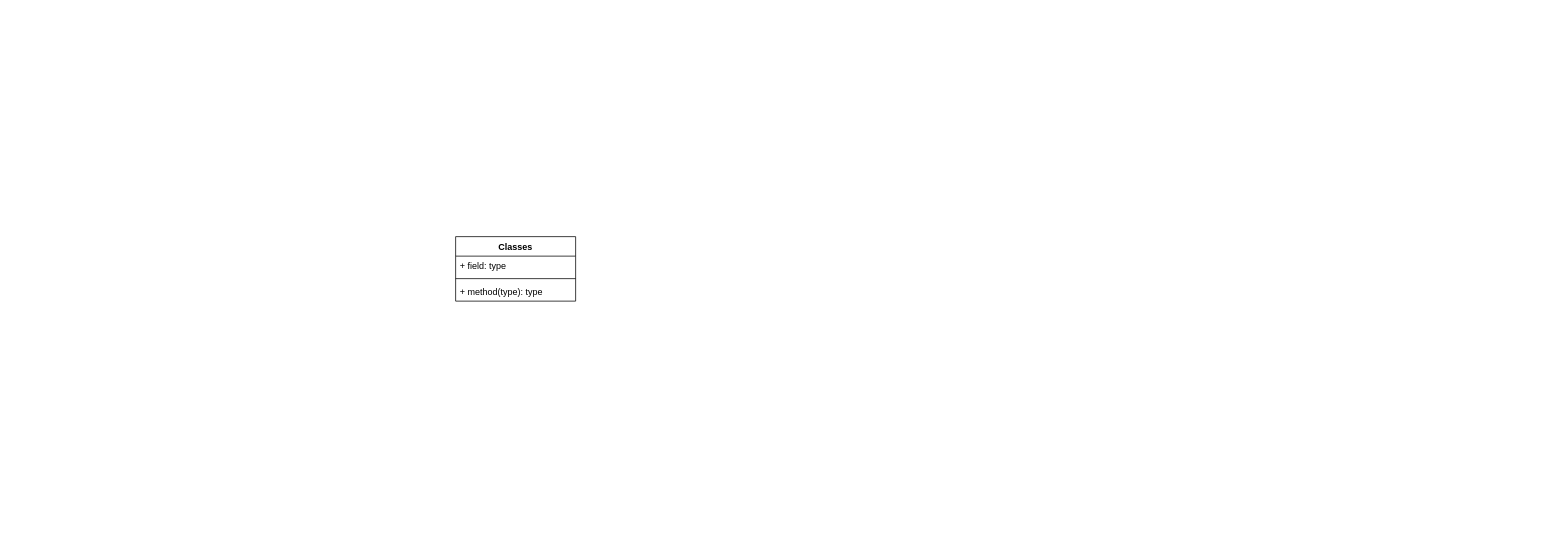
Before: diagrama_classes.drawio in moreirafelipe/dh-poo-checkpoint1, a draw.io diagram. Source tidied: cells renumbered, new cells numbered last; positions are measured from the earlier drawing's top-left corner, leaving out a move shared by most shapes. Both pictures are drawn from the tidied source at 75%, with x=0, y=0 at pixel (455, 236).
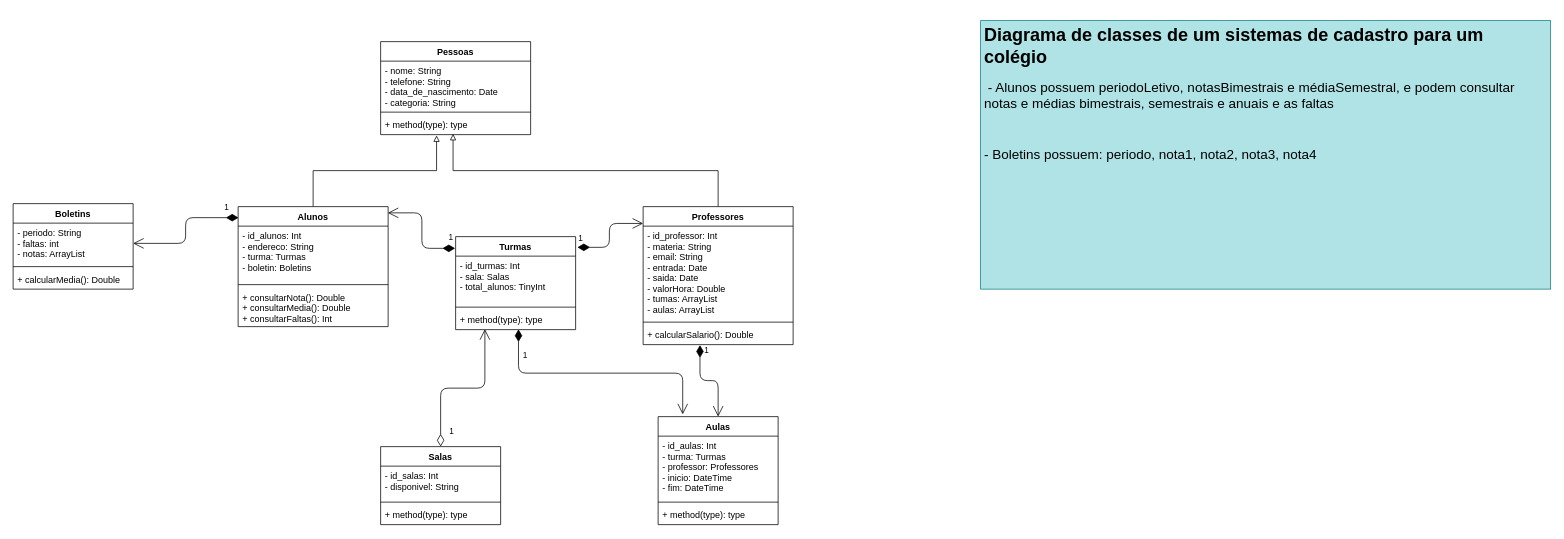
The same page after the edit.

Change to the diagram source:
```diff
@@
-    <mxCell id="2" value="Classes" style="swimlane;fontStyle=1;align=center;verticalAlign=top;horizontal=1;startSize=26;" parent="1" vertex="1">
-      <mxGeometry width="160" height="86" as="geometry" />
+    <mxCell id="2" value="Turmas" style="swimlane;fontStyle=1;align=center;verticalAlign=top;horizontal=1;startSize=26;" parent="1" vertex="1">
+      <mxGeometry width="160" height="124" as="geometry" />
     </mxCell>
-    <mxCell id="3" value="+ field: type" style="text;strokeColor=none;fillColor=none;align=left;verticalAlign=top;spacingLeft=4;spacingRight=4;overflow=hidden;" parent="2" vertex="1">
-      <mxGeometry y="26" width="160" height="26" as="geometry" />
+    <mxCell id="3" value="- id_turmas: Int&#10;- sala: Salas&#10;- total_alunos: TinyInt" style="text;strokeColor=none;fillColor=none;align=left;verticalAlign=top;spacingLeft=4;spacingRight=4;overflow=hidden;" parent="2" vertex="1">
+      <mxGeometry y="26" width="160" height="64" as="geometry" />
     </mxCell>
     <mxCell id="4" style="line;strokeWidth=1;fillColor=none;align=left;verticalAlign=middle;spacingTop=-1;spacingLeft=3;spacingRight=3;labelPosition=right;" parent="2" vertex="1">
-      <mxGeometry y="52" width="160" height="8" as="geometry" />
+      <mxGeometry y="90" width="160" height="8" as="geometry" />
     </mxCell>
     <mxCell id="5" value="+ method(type): type" style="text;strokeColor=none;fillColor=none;align=left;verticalAlign=top;spacingLeft=4;spacingRight=4;overflow=hidden;points=[[0,0.5],[1,0.5]];portConstraint=eastwest;" parent="2" vertex="1">
-      <mxGeometry y="60" width="160" height="26" as="geometry" />
+      <mxGeometry y="98" width="160" height="26" as="geometry" />
     </mxCell>
+    <mxCell id="6" value="Salas" style="swimlane;fontStyle=1;align=center;verticalAlign=top;horizontal=1;startSize=26;" parent="1" vertex="1">
+      <mxGeometry x="-100" y="280" width="160" height="104" as="geometry" />
+    </mxCell>
+    <mxCell id="7" value="- id_salas: Int&#10;- disponivel: String&#10;" style="text;strokeColor=none;fillColor=none;align=left;verticalAlign=top;spacingLeft=4;spacingRight=4;overflow=hidden;" parent="6" vertex="1">
+      <mxGeometry y="26" width="160" height="44" as="geometry" />
+    </mxCell>
+    <mxCell id="8" style="line;strokeWidth=1;fillColor=none;align=left;verticalAlign=middle;spacingTop=-1;spacingLeft=3;spacingRight=3;labelPosition=right;" parent="6" vertex="1">
+      <mxGeometry y="70" width="160" height="8" as="geometry" />
+    </mxCell>
+    <mxCell id="9" value="+ method(type): type" style="text;strokeColor=none;fillColor=none;align=left;verticalAlign=top;spacingLeft=4;spacingRight=4;overflow=hidden;" parent="6" vertex="1">
+      <mxGeometry y="78" width="160" height="26" as="geometry" />
+    </mxCell>
+    <mxCell id="10" value="Aulas" style="swimlane;fontStyle=1;align=center;verticalAlign=top;horizontal=1;startSize=26;" parent="1" vertex="1">
+      <mxGeometry x="270" y="240" width="160" height="144" as="geometry" />
+    </mxCell>
+    <mxCell id="11" value="- id_aulas: Int&#10;- turma: Turmas&#10;- professor: Professores&#10;- inicio: DateTime&#10;- fim: DateTime&#10;" style="text;strokeColor=none;fillColor=none;align=left;verticalAlign=top;spacingLeft=4;spacingRight=4;overflow=hidden;" parent="10" vertex="1">
+      <mxGeometry y="26" width="160" height="84" as="geometry" />
+    </mxCell>
+    <mxCell id="12" style="line;strokeWidth=1;fillColor=none;align=left;verticalAlign=middle;spacingTop=-1;spacingLeft=3;spacingRight=3;labelPosition=right;" parent="10" vertex="1">
+      <mxGeometry y="110" width="160" height="8" as="geometry" />
+    </mxCell>
+    <mxCell id="13" value="+ method(type): type" style="text;strokeColor=none;fillColor=none;align=left;verticalAlign=top;spacingLeft=4;spacingRight=4;overflow=hidden;" parent="10" vertex="1">
+      <mxGeometry y="118" width="160" height="26" as="geometry" />
+    </mxCell>
+    <mxCell id="14" style="edgeStyle=orthogonalEdgeStyle;rounded=0;jettySize=auto;html=1;entryX=0.483;entryY=0.962;entryDx=0;entryDy=0;entryPerimeter=0;endArrow=block;endFill=0;" parent="1" edge="1" source="15" target="28">
+      <mxGeometry relative="1" as="geometry" />
+    </mxCell>
+    <mxCell id="15" value="Professores" style="swimlane;fontStyle=1;align=center;verticalAlign=top;horizontal=1;startSize=26;" parent="1" vertex="1">
+      <mxGeometry x="250" y="-40" width="200" height="184" as="geometry" />
+    </mxCell>
+    <mxCell id="16" value="- id_professor: Int&#10;- materia: String&#10;- email: String&#10;- entrada: Date&#10;- saida: Date&#10;- valorHora: Double&#10;- tumas: ArrayList&#10;- aulas: ArrayList" style="text;strokeColor=none;fillColor=none;align=left;verticalAlign=top;spacingLeft=4;spacingRight=4;overflow=hidden;" parent="15" vertex="1">
+      <mxGeometry y="26" width="200" height="124" as="geometry" />
+    </mxCell>
+    <mxCell id="17" style="line;strokeWidth=1;fillColor=none;align=left;verticalAlign=middle;spacingTop=-1;spacingLeft=3;spacingRight=3;labelPosition=right;" parent="15" vertex="1">
+      <mxGeometry y="150" width="200" height="8" as="geometry" />
+    </mxCell>
+    <mxCell id="18" value="+ calcularSalario(): Double" style="text;strokeColor=none;fillColor=none;align=left;verticalAlign=top;spacingLeft=4;spacingRight=4;overflow=hidden;points=[[0,0.5],[1,0.5]];portConstraint=eastwest;" parent="15" vertex="1">
+      <mxGeometry y="158" width="200" height="26" as="geometry" />
+    </mxCell>
+    <mxCell id="19" style="edgeStyle=orthogonalEdgeStyle;rounded=0;jettySize=auto;html=1;entryX=0.373;entryY=1.038;entryDx=0;entryDy=0;entryPerimeter=0;endArrow=block;endFill=0;" parent="1" edge="1" source="20" target="28">
+      <mxGeometry relative="1" as="geometry" />
+    </mxCell>
+    <mxCell id="20" value="Alunos" style="swimlane;fontStyle=1;align=center;verticalAlign=top;horizontal=1;startSize=26;" parent="1" vertex="1">
+      <mxGeometry x="-290" y="-40" width="200" height="160" as="geometry" />
+    </mxCell>
+    <mxCell id="21" value="- id_alunos: Int&#10;- endereco: String&#10;- turma: Turmas&#10;- boletin: Boletins&#10;" style="text;strokeColor=none;fillColor=none;align=left;verticalAlign=top;spacingLeft=4;spacingRight=4;overflow=hidden;" parent="20" vertex="1">
+      <mxGeometry y="26" width="200" height="74" as="geometry" />
+    </mxCell>
+    <mxCell id="22" style="line;strokeWidth=1;fillColor=none;align=left;verticalAlign=middle;spacingTop=-1;spacingLeft=3;spacingRight=3;labelPosition=right;" parent="20" vertex="1">
+      <mxGeometry y="100" width="200" height="8" as="geometry" />
+    </mxCell>
+    <mxCell id="23" value="+ consultarNota(): Double&#10;+ consultarMedia(): Double&#10;+ consultarFaltas(): Int" style="text;strokeColor=none;fillColor=none;align=left;verticalAlign=top;spacingLeft=4;spacingRight=4;overflow=hidden;" parent="20" vertex="1">
+      <mxGeometry y="108" width="200" height="52" as="geometry" />
+    </mxCell>
+    <mxCell id="24" value="&lt;h1 align=&quot;left&quot;&gt;Diagrama de classes de um sistemas de cadastro para um colégio&lt;br&gt;&lt;/h1&gt;&lt;p align=&quot;left&quot;&gt;&lt;span style=&quot;font-size: 18px&quot;&gt;&amp;nbsp;- Alunos possuem periodoLetivo, notasBimestrais e médiaSemestral, e podem consultar notas e médias bimestrais, semestrais e anuais e as faltas&lt;/span&gt;&lt;/p&gt;&lt;p align=&quot;left&quot;&gt;&lt;span style=&quot;font-size: 18px&quot;&gt;&lt;br&gt;&lt;/span&gt;&lt;/p&gt;&lt;p align=&quot;left&quot;&gt;&lt;span style=&quot;font-size: 18px&quot;&gt;- Boletins possuem: periodo, nota1, nota2, nota3, nota4&lt;/span&gt;&lt;/p&gt;" style="text;html=1;strokeColor=#0e8088;fillColor=#b0e3e6;spacing=5;spacingTop=-20;whiteSpace=wrap;overflow=hidden;rounded=0;align=left;" parent="1" vertex="1">
+      <mxGeometry x="700" y="-288" width="760" height="358" as="geometry" />
+    </mxCell>
+    <mxCell id="25" value="Pessoas" style="swimlane;fontStyle=1;align=center;verticalAlign=top;horizontal=1;startSize=26;" parent="1" vertex="1">
+      <mxGeometry x="-100" y="-260" width="200" height="124" as="geometry" />
+    </mxCell>
+    <mxCell id="26" value="- nome: String&#10;- telefone: String&#10;- data_de_nascimento: Date&#10;- categoria: String&#10;" style="text;strokeColor=none;fillColor=none;align=left;verticalAlign=top;spacingLeft=4;spacingRight=4;overflow=hidden;" parent="25" vertex="1">
+      <mxGeometry y="26" width="200" height="64" as="geometry" />
+    </mxCell>
+    <mxCell id="27" style="line;strokeWidth=1;fillColor=none;align=left;verticalAlign=middle;spacingTop=-1;spacingLeft=3;spacingRight=3;labelPosition=right;" parent="25" vertex="1">
+      <mxGeometry y="90" width="200" height="8" as="geometry" />
+    </mxCell>
+    <mxCell id="28" value="+ method(type): type" style="text;strokeColor=none;fillColor=none;align=left;verticalAlign=top;spacingLeft=4;spacingRight=4;overflow=hidden;points=[[0,0.5],[1,0.5]];portConstraint=eastwest;" parent="25" vertex="1">
+      <mxGeometry y="98" width="200" height="26" as="geometry" />
+    </mxCell>
+    <mxCell id="29" value="Boletins" style="swimlane;fontStyle=1;align=center;verticalAlign=top;horizontal=1;startSize=26;" parent="1" vertex="1">
+      <mxGeometry x="-590" y="-44" width="160" height="114" as="geometry" />
+    </mxCell>
+    <mxCell id="30" value="- periodo: String&#10;- faltas: int&#10;- notas: ArrayList" style="text;strokeColor=none;fillColor=none;align=left;verticalAlign=top;spacingLeft=4;spacingRight=4;overflow=hidden;points=[[0,0.5],[1,0.5]];portConstraint=eastwest;" parent="29" vertex="1">
+      <mxGeometry y="26" width="160" height="54" as="geometry" />
+    </mxCell>
+    <mxCell id="31" style="line;strokeWidth=1;fillColor=none;align=left;verticalAlign=middle;spacingTop=-1;spacingLeft=3;spacingRight=3;labelPosition=right;" parent="29" vertex="1">
+      <mxGeometry y="80" width="160" height="8" as="geometry" />
+    </mxCell>
+    <mxCell id="32" value="+ calcularMedia(): Double" style="text;strokeColor=none;fillColor=none;align=left;verticalAlign=top;spacingLeft=4;spacingRight=4;overflow=hidden;" parent="29" vertex="1">
+      <mxGeometry y="88" width="160" height="26" as="geometry" />
+    </mxCell>
+    <mxCell id="33" value="1" style="endArrow=open;html=1;endSize=12;startArrow=diamondThin;startSize=14;startFill=1;edgeStyle=orthogonalEdgeStyle;align=left;verticalAlign=bottom;exitX=0.003;exitY=0.092;exitDx=0;exitDy=0;entryX=1;entryY=0.5;entryDx=0;entryDy=0;exitPerimeter=0;" parent="1" edge="1" source="20" target="30">
+      <mxGeometry x="-0.76" y="-5" relative="1" as="geometry" />
+    </mxCell>
+    <mxCell id="34" value="1" style="endArrow=open;html=1;endSize=12;startArrow=diamondThin;startSize=14;startFill=1;edgeStyle=orthogonalEdgeStyle;align=left;verticalAlign=bottom;exitX=-0.004;exitY=0.126;exitDx=0;exitDy=0;exitPerimeter=0;entryX=0.998;entryY=0.052;entryDx=0;entryDy=0;entryPerimeter=0;" parent="1" edge="1" source="2" target="20">
+      <mxGeometry x="-0.86" y="-6" relative="1" as="geometry" />
+    </mxCell>
+    <mxCell id="35" value="1" style="endArrow=open;html=1;endSize=12;startArrow=diamondThin;startSize=14;startFill=1;edgeStyle=orthogonalEdgeStyle;align=left;verticalAlign=bottom;exitX=1.015;exitY=0.115;exitDx=0;exitDy=0;exitPerimeter=0;entryX=0;entryY=0.122;entryDx=0;entryDy=0;entryPerimeter=0;" parent="1" edge="1" source="2" target="15">
+      <mxGeometry x="-1" y="3" relative="1" as="geometry" />
+    </mxCell>
+    <mxCell id="36" value="1" style="endArrow=open;html=1;endSize=12;startArrow=diamondThin;startSize=14;startFill=0;edgeStyle=orthogonalEdgeStyle;align=left;verticalAlign=bottom;exitX=0.5;exitY=0;exitDx=0;exitDy=0;entryX=0.244;entryY=0.977;entryDx=0;entryDy=0;entryPerimeter=0;" parent="1" edge="1" source="6" target="5">
+      <mxGeometry x="-0.9" y="-10" relative="1" as="geometry" />
+    </mxCell>
+    <mxCell id="37" value="1" style="endArrow=open;html=1;endSize=12;startArrow=diamondThin;startSize=14;startFill=1;edgeStyle=orthogonalEdgeStyle;align=left;verticalAlign=bottom;exitX=0.379;exitY=1.026;exitDx=0;exitDy=0;exitPerimeter=0;entryX=0.5;entryY=0;entryDx=0;entryDy=0;" parent="1" edge="1" source="18" target="10">
+      <mxGeometry x="-0.74" y="4" relative="1" as="geometry" />
+    </mxCell>
+    <mxCell id="38" value="1" style="endArrow=open;html=1;endSize=12;startArrow=diamondThin;startSize=14;startFill=1;edgeStyle=orthogonalEdgeStyle;align=left;verticalAlign=bottom;exitX=0.524;exitY=0.984;exitDx=0;exitDy=0;exitPerimeter=0;entryX=0.205;entryY=-0.021;entryDx=0;entryDy=0;entryPerimeter=0;" parent="1" edge="1" source="5" target="10">
+      <mxGeometry x="-0.74" y="4" relative="1" as="geometry" />
+    </mxCell>
```
